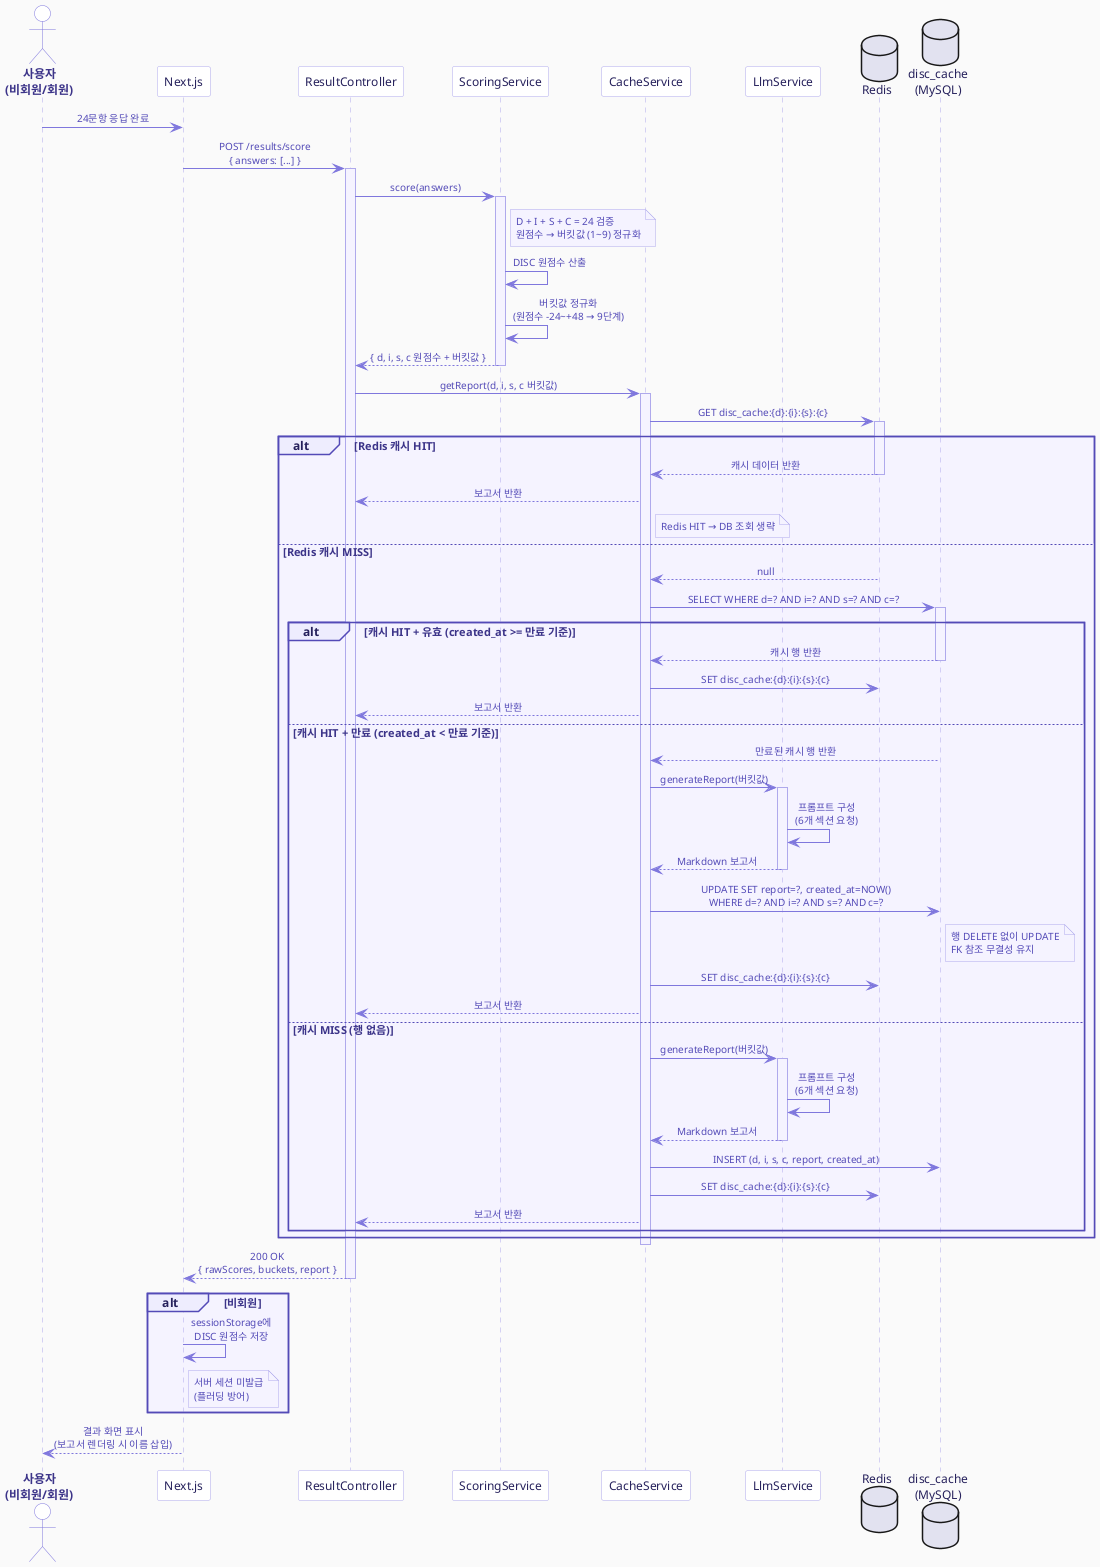
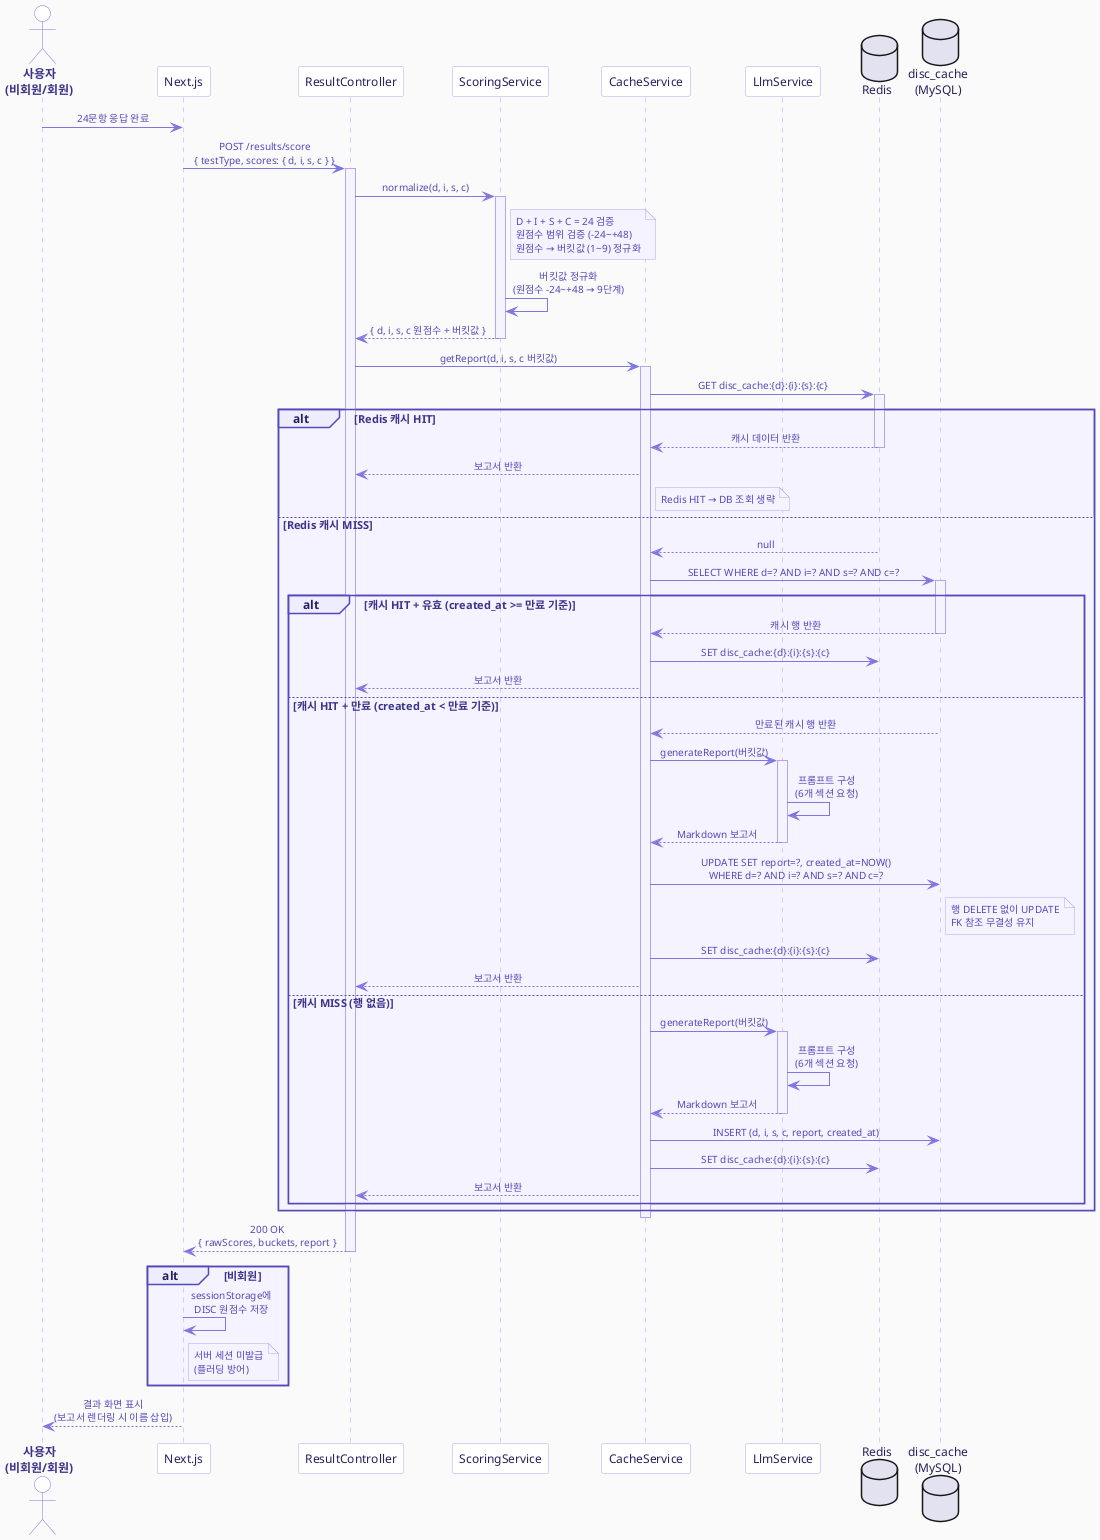
@startuml MyCPT_Sequence_Scoring

skinparam backgroundColor #FAFAFA
skinparam defaultFontName "Apple SD Gothic Neo, sans-serif"
skinparam defaultFontSize 12
skinparam defaultFontColor #26215C
skinparam sequenceMessageAlign center

skinparam participant {
  BackgroundColor #FFFFFF
  BorderColor #AFA9EC
  FontColor #26215C
  FontSize 12
}

skinparam actor {
  BackgroundColor #FFFFFF
  BorderColor #7F77DD
  FontColor #3C3489
  FontSize 12
  FontStyle bold
}

skinparam sequence {
  ArrowColor #7F77DD
  ArrowFontColor #534AB7
  ArrowFontSize 10
  LifeLineBorderColor #AFA9EC
  LifeLineBackgroundColor #F5F3FF
  GroupBorderColor #534AB7
  GroupBackgroundColor #EEEDFE
  GroupFontColor #3C3489
  GroupFontSize 11
  GroupBodyBackgroundColor #F5F3FF
  DividerBackgroundColor #EEEDFE
  DividerBorderColor #534AB7
  DividerFontColor #3C3489
  ReferenceBackgroundColor #EEF6FF
  ReferenceBorderColor #534AB7
}

skinparam note {
  BackgroundColor #F5F3FF
  BorderColor #AFA9EC
  FontColor #534AB7
  FontSize 10
}

actor "사용자\n(비회원/회원)" as User
participant "Next.js" as Client
participant "ResultController" as Controller
participant "ScoringService" as Scoring
participant "CacheService" as CacheService
participant "LlmService" as Llm
database "Redis" as Redis
database "disc_cache\n(MySQL)" as DB

User -> Client : 24문항 응답 완료

- Client -> Controller : POST /results/score\n{ answers: [...] }
+ Client -> Controller : POST /results/score\n{ testType, scores: { d, i, s, c } }
activate Controller

- Controller -> Scoring : score(answers)
+ Controller -> Scoring : normalize(d, i, s, c)
activate Scoring

note right of Scoring
  D + I + S + C = 24 검증
+   원점수 범위 검증 (-24~+48)
  원점수 → 버킷값 (1~9) 정규화
end note

- Scoring -> Scoring : DISC 원점수 산출
Scoring -> Scoring : 버킷값 정규화\n(원점수 -24~+48 → 9단계)
Scoring --> Controller : { d, i, s, c 원점수 + 버킷값 }
deactivate Scoring

Controller -> CacheService : getReport(d, i, s, c 버킷값)
activate CacheService

CacheService -> Redis : GET disc_cache:{d}:{i}:{s}:{c}
activate Redis

alt Redis 캐시 HIT
  Redis --> CacheService : 캐시 데이터 반환
  deactivate Redis
  CacheService --> Controller : 보고서 반환
  note right of CacheService : Redis HIT → DB 조회 생략

else Redis 캐시 MISS
  Redis --> CacheService : null
  deactivate Redis

  CacheService -> DB : SELECT WHERE d=? AND i=? AND s=? AND c=?
  activate DB

  alt 캐시 HIT + 유효 (created_at >= 만료 기준)
    DB --> CacheService : 캐시 행 반환
    deactivate DB
    CacheService -> Redis : SET disc_cache:{d}:{i}:{s}:{c}
    CacheService --> Controller : 보고서 반환

  else 캐시 HIT + 만료 (created_at < 만료 기준)
    DB --> CacheService : 만료된 캐시 행 반환
    deactivate DB
    CacheService -> Llm : generateReport(버킷값)
    activate Llm
    Llm -> Llm : 프롬프트 구성\n(6개 섹션 요청)
    Llm --> CacheService : Markdown 보고서
    deactivate Llm
    CacheService -> DB : UPDATE SET report=?, created_at=NOW()\nWHERE d=? AND i=? AND s=? AND c=?
    note right of DB : 행 DELETE 없이 UPDATE\nFK 참조 무결성 유지
    CacheService -> Redis : SET disc_cache:{d}:{i}:{s}:{c}
    CacheService --> Controller : 보고서 반환

  else 캐시 MISS (행 없음)
    CacheService -> Llm : generateReport(버킷값)
    activate Llm
    Llm -> Llm : 프롬프트 구성\n(6개 섹션 요청)
    Llm --> CacheService : Markdown 보고서
    deactivate Llm
    CacheService -> DB : INSERT (d, i, s, c, report, created_at)
    CacheService -> Redis : SET disc_cache:{d}:{i}:{s}:{c}
    CacheService --> Controller : 보고서 반환
  end

end

deactivate CacheService

Controller --> Client : 200 OK\n{ rawScores, buckets, report }
deactivate Controller

alt 비회원
  Client -> Client : sessionStorage에\nDISC 원점수 저장
  note right of Client
    서버 세션 미발급
    (플러딩 방어)
  end note
end

Client --> User : 결과 화면 표시\n(보고서 렌더링 시 이름 삽입)

@enduml